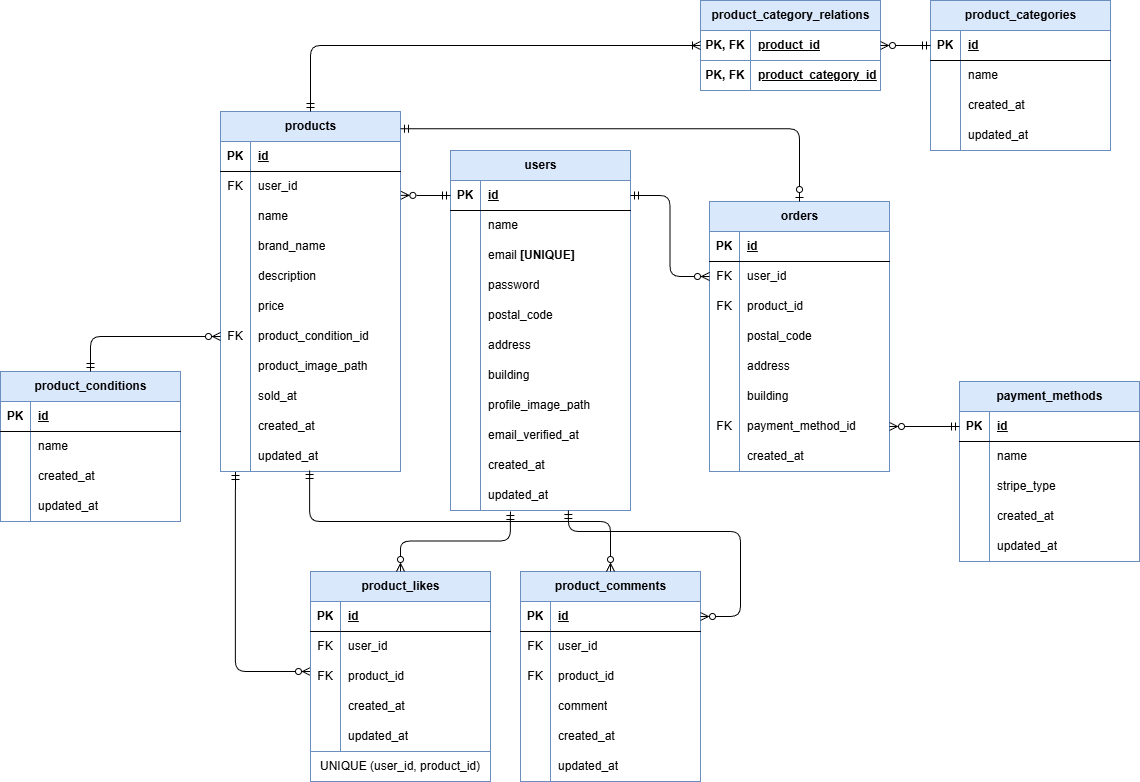
Above: docs/requirements/er_diagram.drawio.png in yyoshi-dev/coachtech-flea-market-app (draw.io), before the change. Source tidied: cells renumbered, new cells last; positions are measured from the earlier drawing's top-left corner, leaving out a move shared by most shapes.
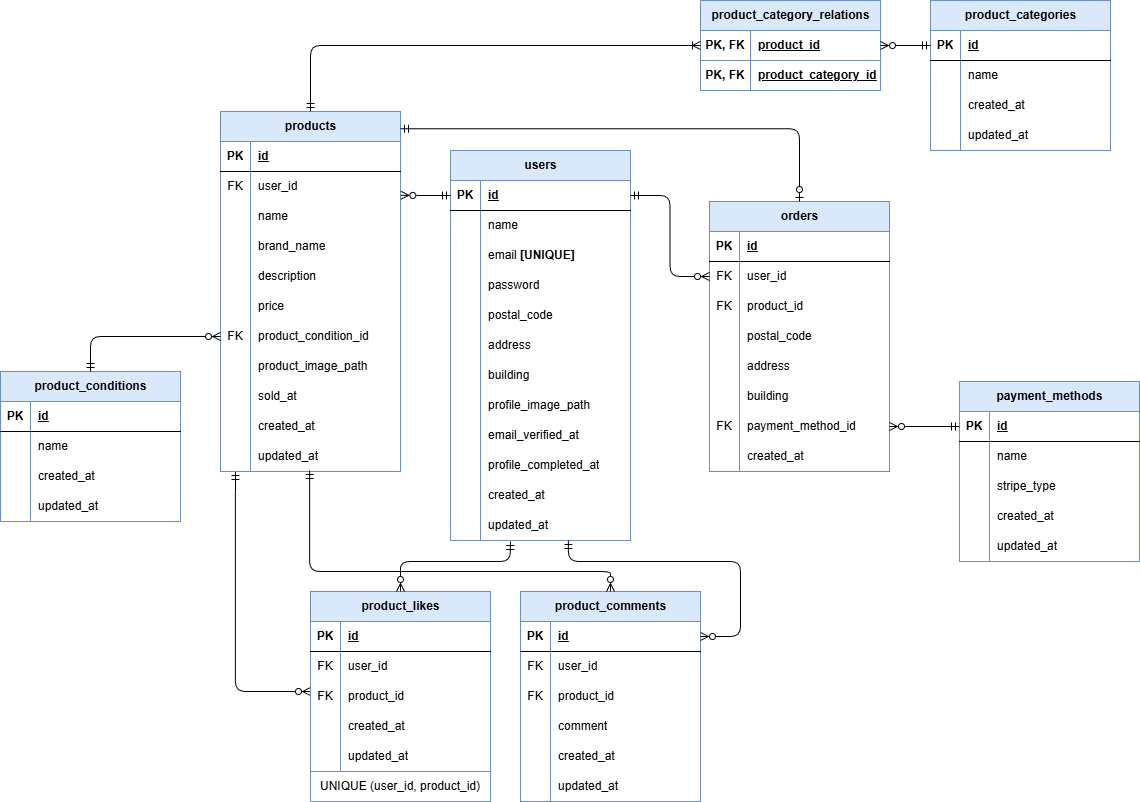
The same diagram one commit later.

Commit message:
usersテーブルにprofile_completed_atを追加

Change to the diagram source:
```diff
@@ -6,7 +6,7 @@
       <mxGeometry relative="1" as="geometry" />
     </mxCell>
     <mxCell id="3" value="users" style="shape=table;startSize=30;rowLines=0;fontStyle=1;align=center;html=1;fillColor=#dae8fc;strokeColor=#6c8ebf;" parent="1" vertex="1">
-      <mxGeometry x="450" y="150" width="180" height="360" as="geometry" />
+      <mxGeometry x="450" y="150" width="180" height="390" as="geometry" />
     </mxCell>
     <mxCell id="4" style="shape=tableRow;horizontal=0;startSize=0;swimlaneHead=0;swimlaneBody=0;fillColor=none;points=[[0,0.5],[1,0.5]];portConstraint=eastwest;top=0;left=0;right=0;bottom=1;" parent="3" vertex="1">
       <mxGeometry y="30" width="180" height="30" as="geometry" />
@@ -89,8 +89,17 @@
     <mxCell id="30" value="email_verified_at" style="shape=partialRectangle;fillColor=none;top=0;left=0;bottom=0;right=0;align=left;spacingLeft=6;overflow=hidden;whiteSpace=wrap;html=1;" parent="28" vertex="1">
       <mxGeometry x="30" width="150" height="30" as="geometry" />
     </mxCell>
+    <mxCell id="191" style="shape=tableRow;horizontal=0;startSize=0;swimlaneHead=0;swimlaneBody=0;fillColor=none;top=0;left=0;right=0;bottom=0;" parent="3" vertex="1">
+      <mxGeometry y="300" width="180" height="30" as="geometry" />
+    </mxCell>
+    <mxCell id="192" style="shape=partialRectangle;fillColor=none;top=0;left=0;bottom=0;right=0;overflow=hidden;whiteSpace=wrap;html=1;" parent="191" vertex="1">
+      <mxGeometry width="30" height="30" as="geometry" />
+    </mxCell>
+    <mxCell id="193" value="profile_completed_at" style="shape=partialRectangle;fillColor=none;top=0;left=0;bottom=0;right=0;align=left;spacingLeft=6;overflow=hidden;whiteSpace=wrap;html=1;" parent="191" vertex="1">
+      <mxGeometry x="30" width="150" height="30" as="geometry" />
+    </mxCell>
     <mxCell id="31" style="shape=tableRow;horizontal=0;startSize=0;swimlaneHead=0;swimlaneBody=0;fillColor=none;top=0;left=0;right=0;bottom=0;" parent="3" vertex="1">
-      <mxGeometry y="300" width="180" height="30" as="geometry" />
+      <mxGeometry y="330" width="180" height="30" as="geometry" />
     </mxCell>
     <mxCell id="32" style="shape=partialRectangle;fillColor=none;top=0;left=0;bottom=0;right=0;overflow=hidden;whiteSpace=wrap;html=1;" parent="31" vertex="1">
       <mxGeometry width="30" height="30" as="geometry" />
@@ -99,7 +108,7 @@
       <mxGeometry x="30" width="150" height="30" as="geometry" />
     </mxCell>
     <mxCell id="34" style="shape=tableRow;horizontal=0;startSize=0;swimlaneHead=0;swimlaneBody=0;fillColor=none;points=[[0,0.5],[1,0.5]];portConstraint=eastwest;top=0;left=0;right=0;bottom=0;" parent="3" vertex="1">
-      <mxGeometry y="330" width="180" height="30" as="geometry" />
+      <mxGeometry y="360" width="180" height="30" as="geometry" />
     </mxCell>
     <mxCell id="35" style="shape=partialRectangle;fillColor=none;top=0;left=0;bottom=0;right=0;overflow=hidden;whiteSpace=wrap;html=1;" parent="34" vertex="1">
       <mxGeometry width="30" height="30" as="geometry" />
@@ -432,7 +441,7 @@
       <mxGeometry x="30" width="150" height="30" as="geometry" />
     </mxCell>
     <mxCell id="145" value="product_likes" style="shape=table;startSize=30;rowLines=0;fontStyle=1;align=center;html=1;fillColor=#dae8fc;strokeColor=#6c8ebf;" parent="1" vertex="1">
-      <mxGeometry x="310" y="571" width="180" height="180" as="geometry" />
+      <mxGeometry x="310" y="591" width="180" height="180" as="geometry" />
     </mxCell>
     <mxCell id="146" style="shape=tableRow;horizontal=0;startSize=0;swimlaneHead=0;swimlaneBody=0;fillColor=none;top=0;left=0;right=0;bottom=1;" parent="145" vertex="1">
       <mxGeometry y="30" width="180" height="30" as="geometry" />
@@ -480,7 +489,7 @@
       <mxGeometry x="30" width="150" height="30" as="geometry" />
     </mxCell>
     <mxCell id="161" value="product_comments" style="shape=table;startSize=30;rowLines=0;fontStyle=1;align=center;html=1;fillColor=#dae8fc;strokeColor=#6c8ebf;" parent="1" vertex="1">
-      <mxGeometry x="520" y="571" width="180" height="210" as="geometry" />
+      <mxGeometry x="520" y="591" width="180" height="210" as="geometry" />
     </mxCell>
     <mxCell id="162" style="shape=tableRow;horizontal=0;startSize=0;swimlaneHead=0;swimlaneBody=0;fillColor=none;points=[[0,0.5],[1,0.5]];portConstraint=eastwest;top=0;left=0;right=0;bottom=1;" parent="161" vertex="1">
       <mxGeometry y="30" width="180" height="30" as="geometry" />
@@ -537,10 +546,15 @@
       <mxGeometry x="30" width="150" height="30" as="geometry" />
     </mxCell>
     <mxCell id="180" value="UNIQUE (user_id, product_id)" style="whiteSpace=wrap;html=1;align=center;fillColor=none;strokeColor=#6C8EBF;" parent="1" vertex="1">
-      <mxGeometry x="310" y="751" width="180" height="30" as="geometry" />
+      <mxGeometry x="310" y="771" width="180" height="30" as="geometry" />
     </mxCell>
     <mxCell id="181" style="edgeStyle=orthogonalEdgeStyle;html=1;exitX=0.495;exitY=0.967;exitDx=0;exitDy=0;entryX=0.5;entryY=0;entryDx=0;entryDy=0;startArrow=ERmandOne;startFill=0;endArrow=ERzeroToMany;endFill=0;exitPerimeter=0;" parent="1" edge="1" source="68" target="161">
-      <mxGeometry relative="1" as="geometry" />
+      <mxGeometry relative="1" as="geometry">
+        <Array as="points">
+          <mxPoint x="309" y="571" />
+          <mxPoint x="610" y="571" />
+        </Array>
+      </mxGeometry>
     </mxCell>
     <mxCell id="182" style="edgeStyle=orthogonalEdgeStyle;html=1;exitX=0;exitY=0.5;exitDx=0;exitDy=0;entryX=1;entryY=0.5;entryDx=0;entryDy=0;startArrow=ERmandOne;startFill=0;endArrow=ERzeroToMany;endFill=0;" parent="1" edge="1" source="72" target="98">
       <mxGeometry relative="1" as="geometry" />
@@ -558,14 +572,19 @@
       <mxGeometry relative="1" as="geometry" />
     </mxCell>
     <mxCell id="187" style="edgeStyle=orthogonalEdgeStyle;html=1;exitX=0.333;exitY=1.033;exitDx=0;exitDy=0;startArrow=ERmandOne;startFill=0;endArrow=ERzeroToMany;endFill=0;exitPerimeter=0;" parent="1" edge="1" source="34" target="145">
-      <mxGeometry relative="1" as="geometry" />
+      <mxGeometry relative="1" as="geometry">
+        <Array as="points">
+          <mxPoint x="510" y="561" />
+          <mxPoint x="400" y="561" />
+        </Array>
+      </mxGeometry>
     </mxCell>
     <mxCell id="188" style="edgeStyle=orthogonalEdgeStyle;html=1;exitX=0.655;exitY=1.001;exitDx=0;exitDy=0;startArrow=ERmandOne;startFill=0;endArrow=ERzeroToMany;endFill=0;exitPerimeter=0;entryX=1;entryY=0.5;entryDx=0;entryDy=0;" parent="1" edge="1" source="34" target="162">
       <mxGeometry relative="1" as="geometry">
         <Array as="points">
-          <mxPoint x="568" y="531" />
-          <mxPoint x="740" y="531" />
-          <mxPoint x="740" y="616" />
+          <mxPoint x="568" y="561" />
+          <mxPoint x="740" y="561" />
+          <mxPoint x="740" y="636" />
         </Array>
       </mxGeometry>
     </mxCell>
```
